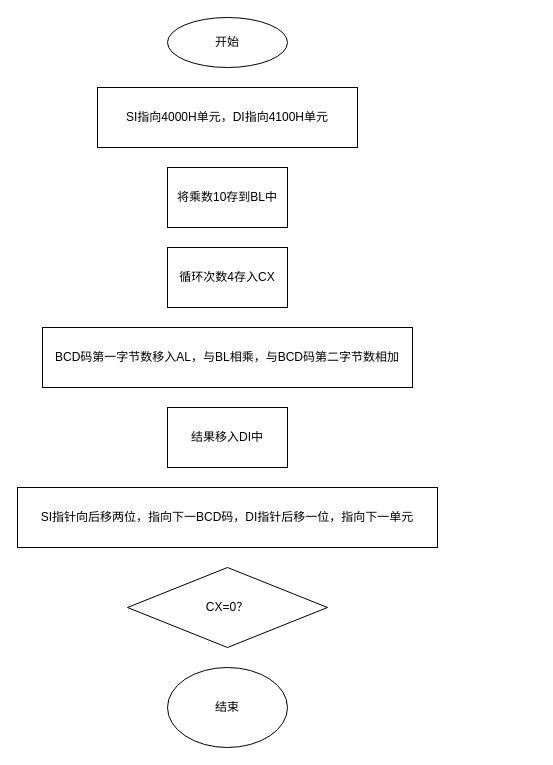
15212452546/goodgoodstudy keeps this draw.io diagram as Untitled Diagram.drawio. Above is the earlier version. Source tidied: cells renumbered, new cells numbered last; positions are measured from the earlier drawing's top-left corner, leaving out a move shared by most shapes. Both pictures are drawn from the tidied source at 100%, with x=0, y=0 at pixel (17, 17).
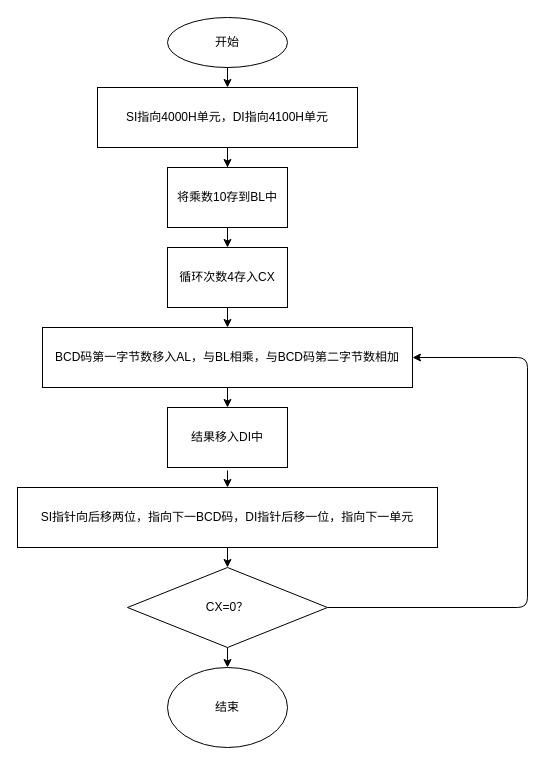
The same diagram, later.

Unchanged cells that the change refers to:
```xml
<mxCell id="2" value="开始" style="ellipse;whiteSpace=wrap;html=1;" parent="1" vertex="1">
  <mxGeometry x="150" width="120" height="50" as="geometry" />
</mxCell>
<mxCell id="3" value="SI指向4000H单元，DI指向4100H单元" style="rounded=0;whiteSpace=wrap;html=1;" parent="1" vertex="1">
  <mxGeometry x="80" y="70" width="260" height="60" as="geometry" />
</mxCell>
<mxCell id="4" value="将乘数10存到BL中" style="rounded=0;whiteSpace=wrap;html=1;" parent="1" vertex="1">
  <mxGeometry x="150" y="150" width="120" height="60" as="geometry" />
</mxCell>
<mxCell id="5" value="循环次数4存入CX" style="rounded=0;whiteSpace=wrap;html=1;" parent="1" vertex="1">
  <mxGeometry x="150" y="230" width="120" height="60" as="geometry" />
</mxCell>
<mxCell id="6" value="BCD码第一字节数移入AL，与BL相乘，与BCD码第二字节数相加" style="rounded=0;whiteSpace=wrap;html=1;" parent="1" vertex="1">
  <mxGeometry x="25" y="310" width="370" height="60" as="geometry" />
</mxCell>
<mxCell id="7" value="结果移入DI中" style="rounded=0;whiteSpace=wrap;html=1;" parent="1" vertex="1">
  <mxGeometry x="150" y="390" width="120" height="60" as="geometry" />
</mxCell>
<mxCell id="8" value="SI指针向后移两位，指向下一BCD码，DI指针后移一位，指向下一单元" style="rounded=0;whiteSpace=wrap;html=1;" parent="1" vertex="1">
  <mxGeometry y="470" width="420" height="60" as="geometry" />
</mxCell>
<mxCell id="9" value="CX=0？" style="rhombus;whiteSpace=wrap;html=1;" parent="1" vertex="1">
  <mxGeometry x="110" y="550" width="200" height="80" as="geometry" />
</mxCell>
<mxCell id="10" value="结束" style="ellipse;whiteSpace=wrap;html=1;" parent="1" vertex="1">
  <mxGeometry x="150" y="650" width="120" height="80" as="geometry" />
</mxCell>
```

Diff of the diagram source:
```diff
@@
+    <mxCell id="11" style="edgeStyle=orthogonalEdgeStyle;rounded=0;jettySize=auto;html=1;entryX=0.5;entryY=0;entryDx=0;entryDy=0;" parent="1" edge="1" source="3" target="4">
+      <mxGeometry relative="1" as="geometry" />
+    </mxCell>
@@
+    <mxCell id="12" style="endArrow=classic;html=1;exitX=0.5;exitY=1;exitDx=0;exitDy=0;" parent="1" edge="1" source="2" target="3">
+      <mxGeometry relative="1" as="geometry" />
+    </mxCell>
+    <mxCell id="13" style="endArrow=classic;html=1;exitX=0.5;exitY=1;exitDx=0;exitDy=0;" parent="1" edge="1" source="4" target="5">
+      <mxGeometry relative="1" as="geometry" />
+    </mxCell>
+    <mxCell id="14" style="endArrow=classic;html=1;exitX=0.5;exitY=1;exitDx=0;exitDy=0;entryX=0.5;entryY=0;entryDx=0;entryDy=0;" parent="1" edge="1" source="5" target="6">
+      <mxGeometry relative="1" as="geometry" />
+    </mxCell>
+    <mxCell id="15" style="endArrow=classic;html=1;exitX=0.5;exitY=1;exitDx=0;exitDy=0;" parent="1" edge="1" source="6" target="7">
+      <mxGeometry relative="1" as="geometry" />
+    </mxCell>
+    <mxCell id="16" style="endArrow=classic;html=1;" parent="1" edge="1" target="8">
+      <mxGeometry relative="1" as="geometry">
+        <mxPoint x="210" y="453" as="sourcePoint" />
+      </mxGeometry>
+    </mxCell>
+    <mxCell id="17" style="endArrow=classic;html=1;exitX=0.5;exitY=1;exitDx=0;exitDy=0;entryX=0.5;entryY=0;entryDx=0;entryDy=0;" parent="1" edge="1" source="8" target="9">
+      <mxGeometry relative="1" as="geometry" />
+    </mxCell>
+    <mxCell id="18" style="endArrow=classic;html=1;exitX=1;exitY=0.5;exitDx=0;exitDy=0;entryX=1;entryY=0.5;entryDx=0;entryDy=0;" parent="1" edge="1" source="9" target="6">
+      <mxGeometry relative="1" as="geometry">
+        <Array as="points">
+          <mxPoint x="510" y="590" />
+          <mxPoint x="510" y="340" />
+        </Array>
+      </mxGeometry>
+    </mxCell>
+    <mxCell id="19" style="endArrow=classic;html=1;exitX=0.5;exitY=1;exitDx=0;exitDy=0;entryX=0.5;entryY=0;entryDx=0;entryDy=0;" parent="1" edge="1" source="9" target="10">
+      <mxGeometry relative="1" as="geometry" />
+    </mxCell>
```
